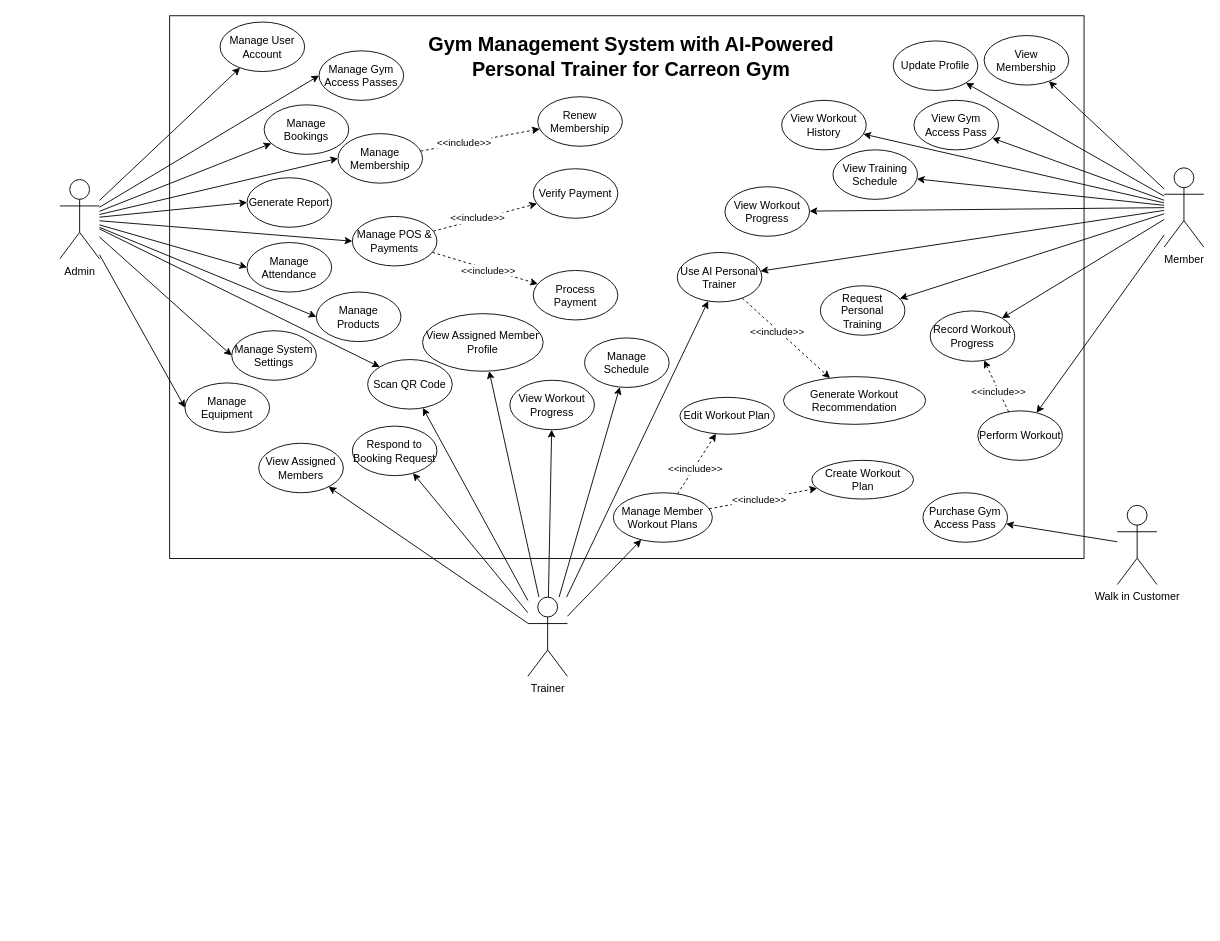
The draw.io diagram page "Use Case Diagram" (2 of 6) of Dataflow diagram.drawio in xelfus23/draw-io, before the edit. Source tidied: cells renumbered, new cells numbered last; positions are measured from the earlier drawing's top-left corner, leaving out a move shared by most shapes. Both pictures are drawn from the tidied source at 90%, with x=0, y=0 at pixel (59, 15).
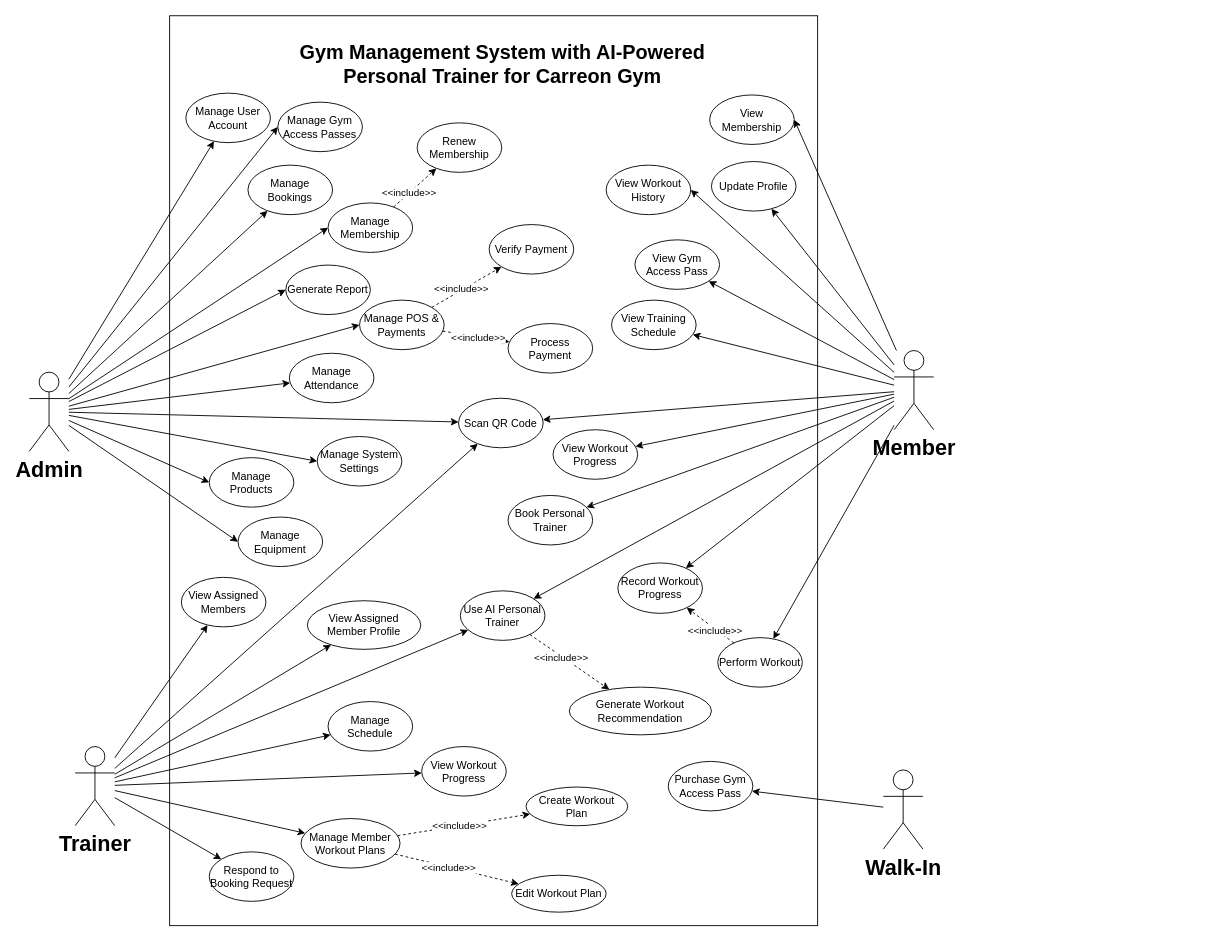
After the change.

Diff of the diagram source:
```diff
@@
     <mxCell id="2" value="&amp;nbsp;&amp;nbsp; " style="rounded=0;whiteSpace=wrap;html=1;fillColor=none;" parent="1" vertex="1">
-      <mxGeometry x="122" width="1016" height="603" as="geometry" />
+      <mxGeometry x="122" width="720" height="1011" as="geometry" />
     </mxCell>
@@
-    <mxCell id="10" style="rounded=0;jettySize=auto;html=1;entryX=0;entryY=0.5;entryDx=0;entryDy=0;" parent="1" edge="1" source="14" target="43">
+    <mxCell id="10" style="rounded=0;jettySize=auto;html=1;" parent="1" edge="1" source="14" target="43">
       <mxGeometry relative="1" as="geometry" />
     </mxCell>
@@
-    <mxCell id="13" style="rounded=0;jettySize=auto;html=1;entryX=0;entryY=0;entryDx=0;entryDy=0;" parent="1" edge="1" source="14" target="51">
+    <mxCell id="13" style="rounded=0;jettySize=auto;html=1;" parent="1" edge="1" source="14" target="51">
       <mxGeometry relative="1" as="geometry" />
     </mxCell>
-    <mxCell id="14" value="Admin" style="shape=umlActor;verticalLabelPosition=bottom;verticalAlign=top;html=1;outlineConnect=0;" parent="1" vertex="1">
-      <mxGeometry y="182" width="44" height="88" as="geometry" />
+    <mxCell id="14" value="&lt;font style=&quot;font-size: 24px;&quot;&gt;&lt;b&gt;Admin&lt;/b&gt;&lt;/font&gt;" style="shape=umlActor;verticalLabelPosition=bottom;verticalAlign=top;html=1;outlineConnect=0;" parent="1" vertex="1">
+      <mxGeometry x="-34" y="396" width="44" height="88" as="geometry" />
     </mxCell>
-    <mxCell id="15" style="rounded=0;jettySize=auto;html=1;" parent="1" edge="1" source="25" target="61">
+    <mxCell id="15" style="rounded=0;jettySize=auto;html=1;entryX=1;entryY=0.5;entryDx=0;entryDy=0;" parent="1" edge="1" source="25" target="61">
       <mxGeometry relative="1" as="geometry" />
     </mxCell>
@@
-    <mxCell id="18" style="rounded=0;jettySize=auto;html=1;" parent="1" edge="1" source="25" target="66">
+    <mxCell id="18" style="rounded=0;jettySize=auto;html=1;entryX=1;entryY=0.5;entryDx=0;entryDy=0;" parent="1" edge="1" source="25" target="66">
       <mxGeometry relative="1" as="geometry" />
     </mxCell>
@@
+    <mxCell id="86" style="rounded=0;jettySize=auto;html=1;" parent="1" edge="1" source="25" target="51">
+      <mxGeometry relative="1" as="geometry" />
+    </mxCell>
-    <mxCell id="25" value="Member" style="shape=umlActor;verticalLabelPosition=bottom;verticalAlign=top;html=1;outlineConnect=0;" parent="1" vertex="1">
-      <mxGeometry x="1227" y="169" width="44" height="88" as="geometry" />
+    <mxCell id="25" value="&lt;b&gt;&lt;font style=&quot;font-size: 24px;&quot;&gt;Member&lt;/font&gt;&lt;/b&gt;" style="shape=umlActor;verticalLabelPosition=bottom;verticalAlign=top;html=1;outlineConnect=0;" parent="1" vertex="1">
+      <mxGeometry x="927" y="372" width="44" height="88" as="geometry" />
     </mxCell>
@@
-    <mxCell id="34" value="Trainer" style="shape=umlActor;verticalLabelPosition=bottom;verticalAlign=top;html=1;outlineConnect=0;" parent="1" vertex="1">
-      <mxGeometry x="520" y="646" width="44" height="88" as="geometry" />
+    <mxCell id="34" value="&lt;font style=&quot;font-size: 24px;&quot;&gt;&lt;b&gt;Trainer&lt;/b&gt;&lt;/font&gt;" style="shape=umlActor;verticalLabelPosition=bottom;verticalAlign=top;html=1;outlineConnect=0;" parent="1" vertex="1">
+      <mxGeometry x="17" y="812" width="44" height="88" as="geometry" />
     </mxCell>
@@
-    <mxCell id="36" value="Walk in Customer" style="shape=umlActor;verticalLabelPosition=bottom;verticalAlign=top;html=1;outlineConnect=0;" parent="1" vertex="1">
-      <mxGeometry x="1175" y="544" width="44" height="88" as="geometry" />
+    <mxCell id="36" value="&lt;font style=&quot;font-size: 24px;&quot;&gt;&lt;b&gt;Walk-In&lt;/b&gt;&lt;/font&gt;" style="shape=umlActor;verticalLabelPosition=bottom;verticalAlign=top;html=1;outlineConnect=0;" parent="1" vertex="1">
+      <mxGeometry x="915" y="838" width="44" height="88" as="geometry" />
     </mxCell>
     <mxCell id="37" value="&lt;b&gt;&lt;font style=&quot;font-size: 22px;&quot;&gt;Gym Management System with AI-Powered Personal Trainer for Carreon Gym&lt;/font&gt;&lt;/b&gt;" style="text;html=1;whiteSpace=wrap;strokeColor=none;fillColor=none;align=center;verticalAlign=middle;rounded=0;" parent="1" vertex="1">
-      <mxGeometry x="385.2" y="22" width="499.5" height="48" as="geometry" />
+      <mxGeometry x="242.2" y="30" width="499.5" height="48" as="geometry" />
     </mxCell>
     <mxCell id="38" value="Manage User Account" style="ellipse;whiteSpace=wrap;html=1;shapeInside=1;" parent="1" vertex="1">
-      <mxGeometry x="178" y="7" width="94" height="55" as="geometry" />
+      <mxGeometry x="140" y="86" width="94" height="55" as="geometry" />
     </mxCell>
@@
     <mxCell id="41" value="Manage Membership" style="ellipse;whiteSpace=wrap;html=1;shapeInside=1;" parent="1" vertex="1">
-      <mxGeometry x="309" y="131" width="94" height="55" as="geometry" />
+      <mxGeometry x="298" y="208" width="94" height="55" as="geometry" />
     </mxCell>
     <mxCell id="42" value="Manage Gym Access Passes" style="ellipse;whiteSpace=wrap;html=1;shapeInside=1;" parent="1" vertex="1">
-      <mxGeometry x="288" y="39" width="94" height="55" as="geometry" />
+      <mxGeometry x="242.2" y="96" width="94" height="55" as="geometry" />
     </mxCell>
     <mxCell id="43" value="Manage Attendance" style="ellipse;whiteSpace=wrap;html=1;shapeInside=1;" parent="1" vertex="1">
-      <mxGeometry x="208" y="252" width="94" height="55" as="geometry" />
+      <mxGeometry x="255" y="375" width="94" height="55" as="geometry" />
     </mxCell>
     <mxCell id="44" value="Manage Bookings" style="ellipse;whiteSpace=wrap;html=1;shapeInside=1;" parent="1" vertex="1">
-      <mxGeometry x="227" y="99" width="94" height="55" as="geometry" />
+      <mxGeometry x="209" y="166" width="94" height="55" as="geometry" />
     </mxCell>
     <mxCell id="45" value="Manage POS &amp;amp; Payments" style="ellipse;whiteSpace=wrap;html=1;shapeInside=1;" parent="1" vertex="1">
-      <mxGeometry x="325" y="223" width="94" height="55" as="geometry" />
+      <mxGeometry x="333" y="316" width="94" height="55" as="geometry" />
     </mxCell>
     <mxCell id="46" value="Manage Products" style="ellipse;whiteSpace=wrap;html=1;shapeInside=1;" parent="1" vertex="1">
-      <mxGeometry x="285" y="307" width="94" height="55" as="geometry" />
+      <mxGeometry x="166" y="491" width="94" height="55" as="geometry" />
     </mxCell>
     <mxCell id="47" value="Manage Equipment" style="ellipse;whiteSpace=wrap;html=1;shapeInside=1;" parent="1" vertex="1">
-      <mxGeometry x="139" y="408" width="94" height="55" as="geometry" />
+      <mxGeometry x="198" y="557" width="94" height="55" as="geometry" />
     </mxCell>
     <mxCell id="48" value="Generate Report" style="ellipse;whiteSpace=wrap;html=1;shapeInside=1;" parent="1" vertex="1">
-      <mxGeometry x="208" y="180" width="94" height="55" as="geometry" />
+      <mxGeometry x="251" y="277" width="94" height="55" as="geometry" />
     </mxCell>
     <mxCell id="49" value="Manage System Settings" style="ellipse;whiteSpace=wrap;html=1;shapeInside=1;" parent="1" vertex="1">
-      <mxGeometry x="191" y="350" width="94" height="55" as="geometry" />
+      <mxGeometry x="286" y="467.5" width="94" height="55" as="geometry" />
     </mxCell>
     <mxCell id="50" value="Purchase Gym Access Pass" style="ellipse;whiteSpace=wrap;html=1;shapeInside=1;" parent="1" vertex="1">
-      <mxGeometry x="959" y="530" width="94" height="55" as="geometry" />
+      <mxGeometry x="676" y="828.5" width="94" height="55" as="geometry" />
     </mxCell>
     <mxCell id="51" value="Scan QR Code" style="ellipse;whiteSpace=wrap;html=1;shapeInside=1;" parent="1" vertex="1">
-      <mxGeometry x="342" y="382" width="94" height="55" as="geometry" />
+      <mxGeometry x="443" y="425" width="94" height="55" as="geometry" />
     </mxCell>
     <mxCell id="52" value="View Assigned Members" style="ellipse;whiteSpace=wrap;html=1;shapeInside=1;" parent="1" vertex="1">
-      <mxGeometry x="221" y="475" width="94" height="55" as="geometry" />
+      <mxGeometry x="135" y="624" width="94" height="55" as="geometry" />
     </mxCell>
     <mxCell id="53" value="Manage Schedule" style="ellipse;whiteSpace=wrap;html=1;shapeInside=1;" parent="1" vertex="1">
-      <mxGeometry x="583" y="358" width="94" height="55" as="geometry" />
+      <mxGeometry x="298" y="762" width="94" height="55" as="geometry" />
     </mxCell>
     <mxCell id="54" value="Respond to Booking Request" style="ellipse;whiteSpace=wrap;html=1;shapeInside=1;" parent="1" vertex="1">
-      <mxGeometry x="325" y="456" width="94" height="55" as="geometry" />
+      <mxGeometry x="166" y="929" width="94" height="55" as="geometry" />
     </mxCell>
     <mxCell id="55" value="View Workout Progress" style="ellipse;whiteSpace=wrap;html=1;shapeInside=1;" parent="1" vertex="1">
-      <mxGeometry x="500" y="405" width="94" height="55" as="geometry" />
+      <mxGeometry x="402" y="812" width="94" height="55" as="geometry" />
     </mxCell>
     <mxCell id="56" value="View Assigned Member Profile" style="ellipse;whiteSpace=wrap;html=1;shapeInside=1;" parent="1" vertex="1">
-      <mxGeometry x="403" y="331" width="134" height="64" as="geometry" />
+      <mxGeometry x="275" y="650" width="126" height="54" as="geometry" />
     </mxCell>
@@
     <mxCell id="59" value="Use AI Personal Trainer" style="ellipse;whiteSpace=wrap;html=1;shapeInside=1;" parent="1" vertex="1">
-      <mxGeometry x="686" y="263" width="94" height="55" as="geometry" />
+      <mxGeometry x="445" y="639" width="94" height="55" as="geometry" />
     </mxCell>
     <mxCell id="60" value="Update Profile" style="ellipse;whiteSpace=wrap;html=1;shapeInside=1;" parent="1" vertex="1">
-      <mxGeometry x="926" y="28" width="94" height="55" as="geometry" />
+      <mxGeometry x="724" y="162" width="94" height="55" as="geometry" />
     </mxCell>
     <mxCell id="61" value="View Membership" style="ellipse;whiteSpace=wrap;html=1;shapeInside=1;" parent="1" vertex="1">
-      <mxGeometry x="1027" y="22" width="94" height="55" as="geometry" />
+      <mxGeometry x="722" y="88" width="94" height="55" as="geometry" />
     </mxCell>
     <mxCell id="62" value="View Gym Access Pass" style="ellipse;whiteSpace=wrap;html=1;shapeInside=1;" parent="1" vertex="1">
-      <mxGeometry x="949" y="94" width="94" height="55" as="geometry" />
+      <mxGeometry x="639" y="249" width="94" height="55" as="geometry" />
     </mxCell>
     <mxCell id="63" value="View Training Schedule" style="ellipse;whiteSpace=wrap;html=1;shapeInside=1;" parent="1" vertex="1">
-      <mxGeometry x="859" y="149" width="94" height="55" as="geometry" />
+      <mxGeometry x="613" y="316" width="94" height="55" as="geometry" />
     </mxCell>
-    <mxCell id="64" value="Request Personal Training" style="ellipse;whiteSpace=wrap;html=1;shapeInside=1;" parent="1" vertex="1">
-      <mxGeometry x="845" y="300" width="94" height="55" as="geometry" />
+    <mxCell id="64" value="Book Personal Trainer" style="ellipse;whiteSpace=wrap;html=1;shapeInside=1;" parent="1" vertex="1">
+      <mxGeometry x="498" y="533" width="94" height="55" as="geometry" />
     </mxCell>
     <mxCell id="65" value="Perform Workout" style="ellipse;whiteSpace=wrap;html=1;shapeInside=1;" parent="1" vertex="1">
-      <mxGeometry x="1020" y="439" width="94" height="55" as="geometry" />
+      <mxGeometry x="731" y="691" width="94" height="55" as="geometry" />
     </mxCell>
     <mxCell id="66" value="View Workout History" style="ellipse;whiteSpace=wrap;html=1;shapeInside=1;" parent="1" vertex="1">
-      <mxGeometry x="802" y="94" width="94" height="55" as="geometry" />
+      <mxGeometry x="607" y="166" width="94" height="55" as="geometry" />
     </mxCell>
     <mxCell id="67" value="View Workout Progress" style="ellipse;whiteSpace=wrap;html=1;shapeInside=1;" parent="1" vertex="1">
-      <mxGeometry x="739" y="190" width="94" height="55" as="geometry" />
+      <mxGeometry x="548" y="460" width="94" height="55" as="geometry" />
     </mxCell>
@@
     <mxCell id="70" value="Manage Member Workout Plans" style="ellipse;whiteSpace=wrap;html=1;shapeInside=1;" parent="1" vertex="1">
-      <mxGeometry x="615" y="530" width="110" height="55" as="geometry" />
+      <mxGeometry x="268" y="892" width="110" height="55" as="geometry" />
     </mxCell>
     <mxCell id="71" value="Record Workout Progress" style="ellipse;whiteSpace=wrap;html=1;shapeInside=1;" parent="1" vertex="1">
-      <mxGeometry x="967" y="328" width="94" height="56" as="geometry" />
+      <mxGeometry x="620" y="608" width="94" height="56" as="geometry" />
     </mxCell>
     <mxCell id="72" value="Generate Workout Recommendation" style="ellipse;whiteSpace=wrap;html=1;shapeInside=1;" parent="1" vertex="1">
-      <mxGeometry x="804" y="401" width="158" height="53" as="geometry" />
+      <mxGeometry x="566" y="746" width="158" height="53" as="geometry" />
     </mxCell>
     <mxCell id="73" value="Edit Workout Plan" style="ellipse;whiteSpace=wrap;html=1;shapeInside=1;" parent="1" vertex="1">
-      <mxGeometry x="689" y="424" width="105" height="41" as="geometry" />
+      <mxGeometry x="502" y="955" width="105" height="41" as="geometry" />
     </mxCell>
     <mxCell id="74" value="Create Workout Plan" style="ellipse;whiteSpace=wrap;html=1;shapeInside=1;" parent="1" vertex="1">
-      <mxGeometry x="835.5" y="494" width="113" height="43" as="geometry" />
+      <mxGeometry x="518" y="857" width="113" height="43" as="geometry" />
     </mxCell>
@@
     <mxCell id="79" value="Renew Membership" style="ellipse;whiteSpace=wrap;html=1;shapeInside=1;" parent="1" vertex="1">
-      <mxGeometry x="531" y="90" width="94" height="55" as="geometry" />
+      <mxGeometry x="397" y="119" width="94" height="55" as="geometry" />
     </mxCell>
     <mxCell id="80" value="Verify Payment" style="ellipse;whiteSpace=wrap;html=1;shapeInside=1;" parent="1" vertex="1">
-      <mxGeometry x="526" y="170" width="94" height="55" as="geometry" />
+      <mxGeometry x="477" y="232" width="94" height="55" as="geometry" />
     </mxCell>
     <mxCell id="81" value="Process Payment" style="ellipse;whiteSpace=wrap;html=1;shapeInside=1;" parent="1" vertex="1">
-      <mxGeometry x="526" y="283" width="94" height="55" as="geometry" />
+      <mxGeometry x="498" y="342" width="94" height="55" as="geometry" />
     </mxCell>
@@
+    <mxCell id="87" style="edgeStyle=orthogonalEdgeStyle;rounded=0;orthogonalLoop=1;jettySize=auto;html=1;innerLoopWaypoints=1;exitX=0.5;exitY=1;exitDx=0;exitDy=0;" parent="1" edge="1" source="63" target="63">
+      <mxGeometry relative="1" as="geometry" />
+    </mxCell>
```
